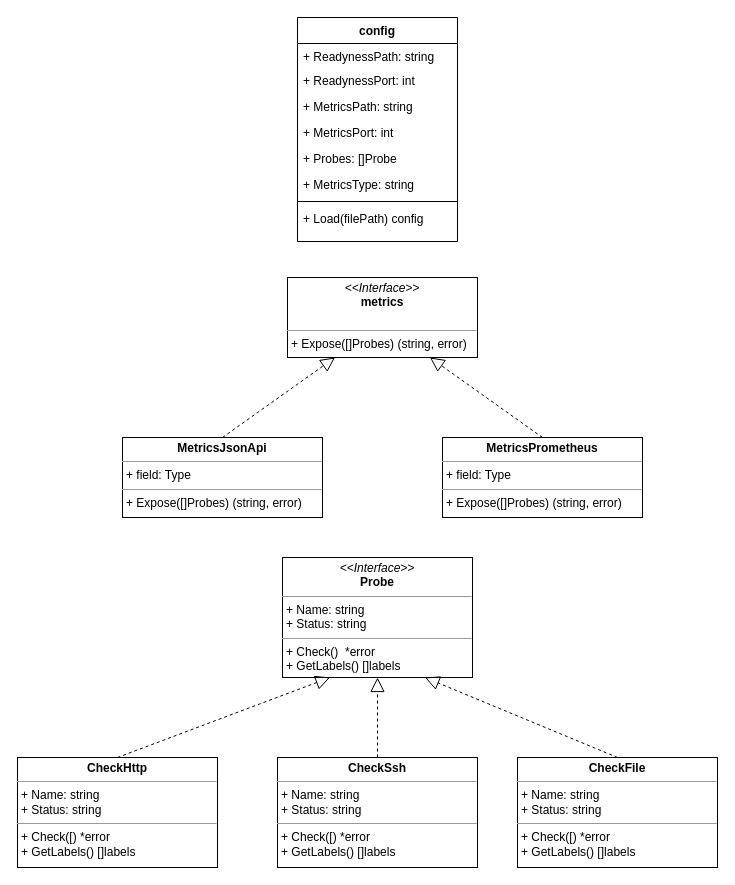
The draw.io diagram diagram/model.drawio in two-devops/imready, before the edit. Source tidied: cells renumbered, new cells numbered last; positions are measured from the earlier drawing's top-left corner, leaving out a move shared by most shapes. Both pictures are drawn from the tidied source at 100%, with x=0, y=0 at pixel (17, 17).
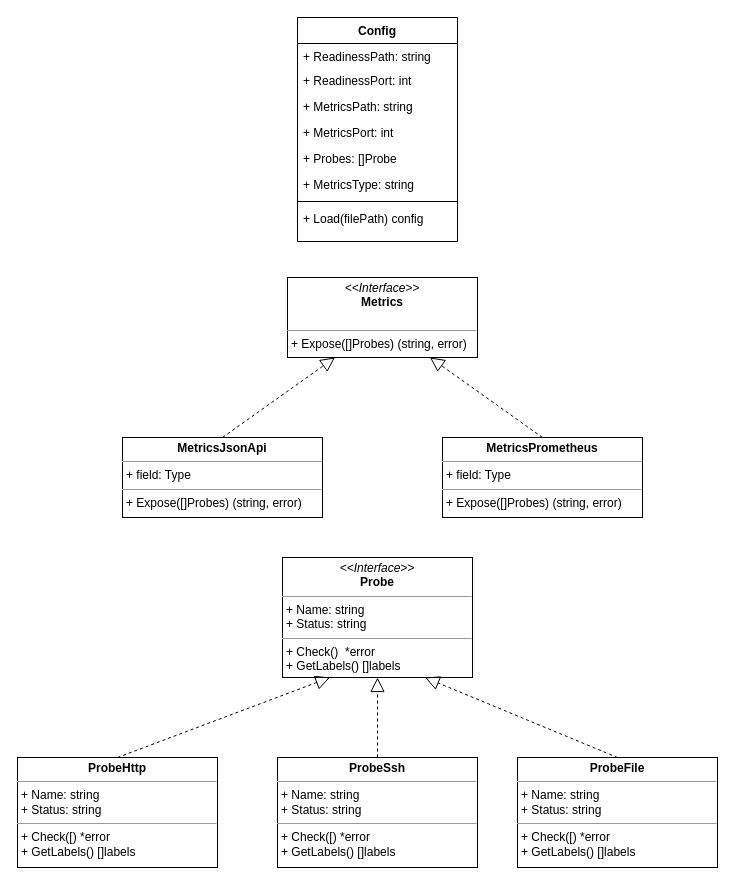
After the change.

Commit message:
Update diagram class names

The edit, as a diff of the source:
```diff
@@
-    <mxCell id="2" value="config" style="swimlane;fontStyle=1;align=center;verticalAlign=top;horizontal=1;startSize=26;" parent="1" vertex="1">
+    <mxCell id="2" value="Config" style="swimlane;fontStyle=1;align=center;verticalAlign=top;horizontal=1;startSize=26;" parent="1" vertex="1">
       <mxGeometry x="280" width="160" height="224" as="geometry" />
     </mxCell>
-    <mxCell id="3" value="+ ReadynessPath: string" style="text;strokeColor=none;fillColor=none;align=left;verticalAlign=top;spacingLeft=4;spacingRight=4;overflow=hidden;" parent="2" vertex="1">
+    <mxCell id="3" value="+ ReadinessPath: string" style="text;strokeColor=none;fillColor=none;align=left;verticalAlign=top;spacingLeft=4;spacingRight=4;overflow=hidden;" parent="2" vertex="1">
       <mxGeometry y="26" width="160" height="24" as="geometry" />
     </mxCell>
-    <mxCell id="4" value="+ ReadynessPort: int" style="text;strokeColor=none;fillColor=none;align=left;verticalAlign=top;spacingLeft=4;spacingRight=4;overflow=hidden;" parent="2" vertex="1">
+    <mxCell id="4" value="+ ReadinessPort: int" style="text;strokeColor=none;fillColor=none;align=left;verticalAlign=top;spacingLeft=4;spacingRight=4;overflow=hidden;" parent="2" vertex="1">
       <mxGeometry y="50" width="160" height="26" as="geometry" />
     </mxCell>
@@
-    <mxCell id="12" value="&lt;p style=&quot;margin: 0px ; margin-top: 4px ; text-align: center&quot;&gt;&lt;i&gt;&amp;lt;&amp;lt;Interface&amp;gt;&amp;gt;&lt;/i&gt;&lt;br&gt;&lt;span style=&quot;font-weight: 700&quot;&gt;metrics&lt;/span&gt;&lt;br&gt;&lt;/p&gt;&lt;p style=&quot;margin: 0px ; margin-left: 4px&quot;&gt;&lt;br&gt;&lt;/p&gt;&lt;hr size=&quot;1&quot;&gt;&lt;p style=&quot;margin: 0px ; margin-left: 4px&quot;&gt;+ Expose([]Probes) (string, error)&lt;/p&gt;" style="verticalAlign=top;align=left;overflow=fill;fontSize=12;fontFamily=Helvetica;html=1;" parent="1" vertex="1">
+    <mxCell id="12" value="&lt;p style=&quot;margin: 0px ; margin-top: 4px ; text-align: center&quot;&gt;&lt;i&gt;&amp;lt;&amp;lt;Interface&amp;gt;&amp;gt;&lt;/i&gt;&lt;br&gt;&lt;span style=&quot;font-weight: 700&quot;&gt;Metrics&lt;/span&gt;&lt;br&gt;&lt;/p&gt;&lt;p style=&quot;margin: 0px ; margin-left: 4px&quot;&gt;&lt;br&gt;&lt;/p&gt;&lt;hr size=&quot;1&quot;&gt;&lt;p style=&quot;margin: 0px ; margin-left: 4px&quot;&gt;+ Expose([]Probes) (string, error)&lt;/p&gt;" style="verticalAlign=top;align=left;overflow=fill;fontSize=12;fontFamily=Helvetica;html=1;" parent="1" vertex="1">
       <mxGeometry x="270" y="260" width="190" height="80" as="geometry" />
     </mxCell>
@@
-    <mxCell id="17" value="&lt;p style=&quot;margin: 0px ; margin-top: 4px ; text-align: center&quot;&gt;&lt;b&gt;CheckHttp&lt;/b&gt;&lt;/p&gt;&lt;hr size=&quot;1&quot;&gt;&lt;p style=&quot;margin: 0px ; margin-left: 4px&quot;&gt;+ Name: string&lt;/p&gt;&lt;p style=&quot;margin: 0px ; margin-left: 4px&quot;&gt;+ Status: string&lt;/p&gt;&lt;hr size=&quot;1&quot;&gt;&lt;p style=&quot;margin: 0px ; margin-left: 4px&quot;&gt;+ Check([) *error&lt;br&gt;&lt;/p&gt;&lt;p style=&quot;margin: 0px ; margin-left: 4px&quot;&gt;+ GetLabels() []labels&lt;/p&gt;" style="verticalAlign=top;align=left;overflow=fill;fontSize=12;fontFamily=Helvetica;html=1;" parent="1" vertex="1">
+    <mxCell id="17" value="&lt;p style=&quot;margin: 0px ; margin-top: 4px ; text-align: center&quot;&gt;&lt;b&gt;ProbeHttp&lt;/b&gt;&lt;/p&gt;&lt;hr size=&quot;1&quot;&gt;&lt;p style=&quot;margin: 0px ; margin-left: 4px&quot;&gt;+ Name: string&lt;/p&gt;&lt;p style=&quot;margin: 0px ; margin-left: 4px&quot;&gt;+ Status: string&lt;/p&gt;&lt;hr size=&quot;1&quot;&gt;&lt;p style=&quot;margin: 0px ; margin-left: 4px&quot;&gt;+ Check([) *error&lt;br&gt;&lt;/p&gt;&lt;p style=&quot;margin: 0px ; margin-left: 4px&quot;&gt;+ GetLabels() []labels&lt;/p&gt;" style="verticalAlign=top;align=left;overflow=fill;fontSize=12;fontFamily=Helvetica;html=1;" parent="1" vertex="1">
       <mxGeometry y="740" width="200" height="110" as="geometry" />
     </mxCell>
-    <mxCell id="18" value="&lt;p style=&quot;margin: 0px ; margin-top: 4px ; text-align: center&quot;&gt;&lt;b&gt;CheckSsh&lt;/b&gt;&lt;/p&gt;&lt;hr size=&quot;1&quot;&gt;&lt;p style=&quot;margin: 0px ; margin-left: 4px&quot;&gt;+ Name: string&lt;/p&gt;&lt;p style=&quot;margin: 0px ; margin-left: 4px&quot;&gt;+ Status: string&lt;/p&gt;&lt;hr size=&quot;1&quot;&gt;&lt;p style=&quot;margin: 0px ; margin-left: 4px&quot;&gt;+ Check([) *error&lt;br&gt;&lt;/p&gt;&lt;p style=&quot;margin: 0px ; margin-left: 4px&quot;&gt;+ GetLabels() []labels&lt;/p&gt;" style="verticalAlign=top;align=left;overflow=fill;fontSize=12;fontFamily=Helvetica;html=1;" parent="1" vertex="1">
+    <mxCell id="18" value="&lt;p style=&quot;margin: 0px ; margin-top: 4px ; text-align: center&quot;&gt;&lt;b&gt;ProbeSsh&lt;/b&gt;&lt;/p&gt;&lt;hr size=&quot;1&quot;&gt;&lt;p style=&quot;margin: 0px ; margin-left: 4px&quot;&gt;+ Name: string&lt;/p&gt;&lt;p style=&quot;margin: 0px ; margin-left: 4px&quot;&gt;+ Status: string&lt;/p&gt;&lt;hr size=&quot;1&quot;&gt;&lt;p style=&quot;margin: 0px ; margin-left: 4px&quot;&gt;+ Check([) *error&lt;br&gt;&lt;/p&gt;&lt;p style=&quot;margin: 0px ; margin-left: 4px&quot;&gt;+ GetLabels() []labels&lt;/p&gt;" style="verticalAlign=top;align=left;overflow=fill;fontSize=12;fontFamily=Helvetica;html=1;" parent="1" vertex="1">
       <mxGeometry x="260" y="740" width="200" height="110" as="geometry" />
     </mxCell>
-    <mxCell id="19" value="&lt;p style=&quot;margin: 0px ; margin-top: 4px ; text-align: center&quot;&gt;&lt;b&gt;CheckFile&lt;/b&gt;&lt;/p&gt;&lt;hr size=&quot;1&quot;&gt;&lt;p style=&quot;margin: 0px ; margin-left: 4px&quot;&gt;+ Name: string&lt;/p&gt;&lt;p style=&quot;margin: 0px ; margin-left: 4px&quot;&gt;+ Status: string&lt;/p&gt;&lt;hr size=&quot;1&quot;&gt;&lt;p style=&quot;margin: 0px ; margin-left: 4px&quot;&gt;+ Check([) *error&lt;br&gt;&lt;/p&gt;&lt;p style=&quot;margin: 0px ; margin-left: 4px&quot;&gt;+ GetLabels() []labels&lt;/p&gt;" style="verticalAlign=top;align=left;overflow=fill;fontSize=12;fontFamily=Helvetica;html=1;" parent="1" vertex="1">
+    <mxCell id="19" value="&lt;p style=&quot;margin: 0px ; margin-top: 4px ; text-align: center&quot;&gt;&lt;b&gt;ProbeFile&lt;/b&gt;&lt;/p&gt;&lt;hr size=&quot;1&quot;&gt;&lt;p style=&quot;margin: 0px ; margin-left: 4px&quot;&gt;+ Name: string&lt;/p&gt;&lt;p style=&quot;margin: 0px ; margin-left: 4px&quot;&gt;+ Status: string&lt;/p&gt;&lt;hr size=&quot;1&quot;&gt;&lt;p style=&quot;margin: 0px ; margin-left: 4px&quot;&gt;+ Check([) *error&lt;br&gt;&lt;/p&gt;&lt;p style=&quot;margin: 0px ; margin-left: 4px&quot;&gt;+ GetLabels() []labels&lt;/p&gt;" style="verticalAlign=top;align=left;overflow=fill;fontSize=12;fontFamily=Helvetica;html=1;" parent="1" vertex="1">
       <mxGeometry x="500" y="740" width="200" height="110" as="geometry" />
     </mxCell>
```
